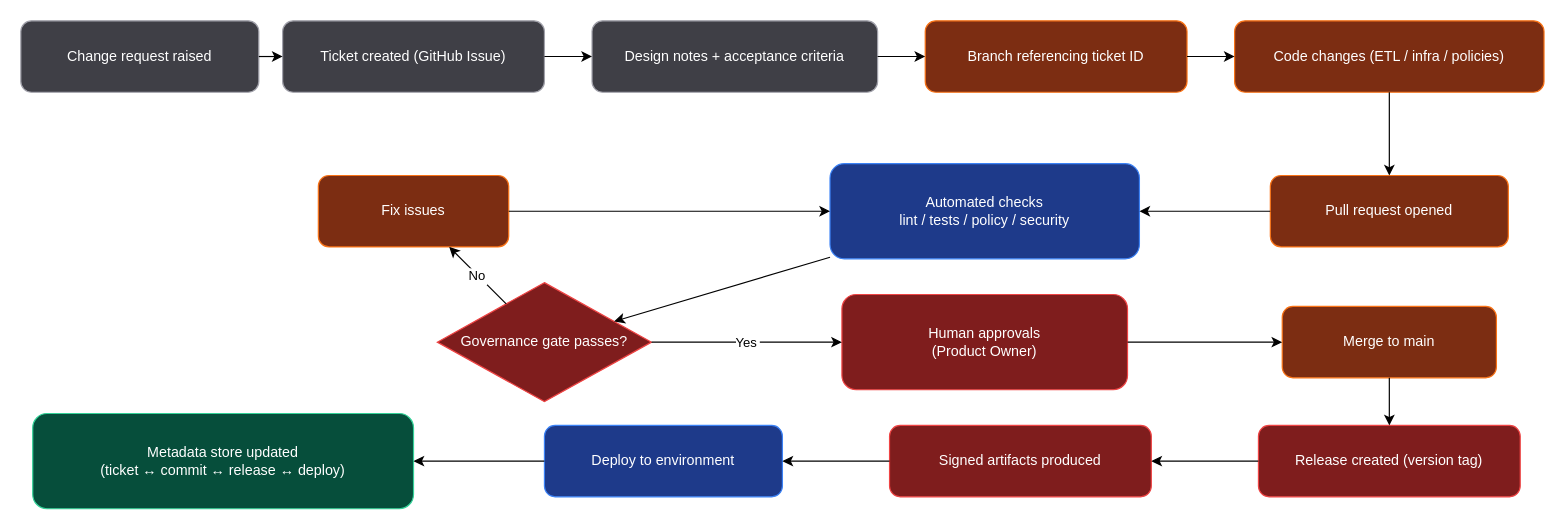
Above: diagrams/proposed_pipeline/process_maps/change_management.drawio in SilverPeak2299/Thesis (draw.io), before the change. Source tidied: cells renumbered, new cells numbered last; positions are measured from the earlier drawing's top-left corner, leaving out a move shared by most shapes. Both pictures are drawn from the tidied source at 119%, with x=0, y=0 at pixel (20, 20).
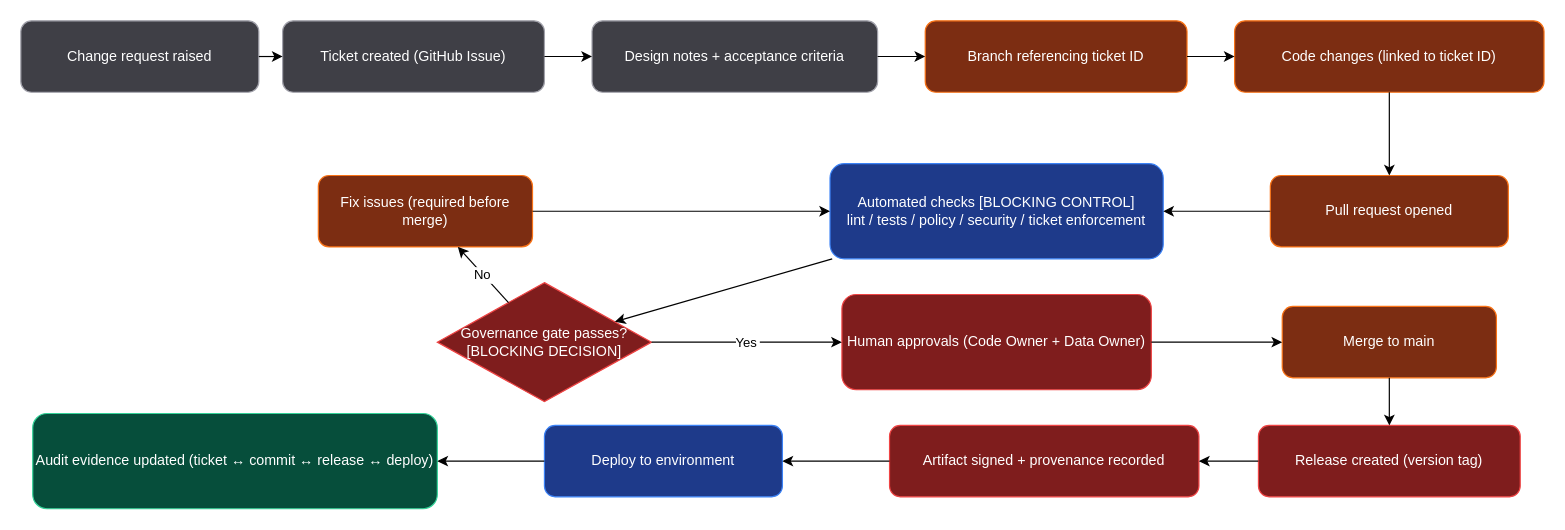
The same page after the edit.

The edit, as a diff of the source:
```diff
@@
-    <mxCell id="6" value="Code changes (ETL / infra / policies)" style="rounded=1;whiteSpace=wrap;html=1;fillColor=#7c2d12;strokeColor=#f97316;fontColor=#ffffff;" parent="1" vertex="1">
+    <mxCell id="6" value="Code changes (linked to ticket ID)" style="rounded=1;whiteSpace=wrap;html=1;fillColor=#7c2d12;strokeColor=#f97316;fontColor=#ffffff;" parent="1" vertex="1">
       <mxGeometry x="1020" width="260" height="60" as="geometry" />
     </mxCell>
@@
-    <mxCell id="8" value="Automated checks&#10;lint / tests / policy / security" style="rounded=1;whiteSpace=wrap;html=1;fillColor=#1e3a8a;strokeColor=#3b82f6;fontColor=#ffffff;" parent="1" vertex="1">
-      <mxGeometry x="680" y="120" width="260" height="80" as="geometry" />
+    <mxCell id="8" value="Automated checks [BLOCKING CONTROL]&#10;lint / tests / policy / security / ticket enforcement" style="rounded=1;whiteSpace=wrap;html=1;fillColor=#1e3a8a;strokeColor=#3b82f6;fontColor=#ffffff;" parent="1" vertex="1">
+      <mxGeometry x="680" y="120" width="280" height="80" as="geometry" />
     </mxCell>
-    <mxCell id="9" value="Governance gate passes?" style="rhombus;whiteSpace=wrap;html=1;fillColor=#7f1d1d;strokeColor=#ef4444;fontColor=#ffffff;" parent="1" vertex="1">
+    <mxCell id="9" value="Governance gate passes? [BLOCKING DECISION]" style="rhombus;whiteSpace=wrap;html=1;fillColor=#7f1d1d;strokeColor=#ef4444;fontColor=#ffffff;" parent="1" vertex="1">
       <mxGeometry x="350" y="220" width="180" height="100" as="geometry" />
     </mxCell>
-    <mxCell id="10" value="Fix issues" style="rounded=1;whiteSpace=wrap;html=1;fillColor=#7c2d12;strokeColor=#f97316;fontColor=#ffffff;" parent="1" vertex="1">
-      <mxGeometry x="250" y="130" width="160" height="60" as="geometry" />
+    <mxCell id="10" value="Fix issues (required before merge)" style="rounded=1;whiteSpace=wrap;html=1;fillColor=#7c2d12;strokeColor=#f97316;fontColor=#ffffff;" parent="1" vertex="1">
+      <mxGeometry x="250" y="130" width="180" height="60" as="geometry" />
     </mxCell>
-    <mxCell id="11" value="Human approvals&lt;br&gt;(Product Owner)" style="rounded=1;whiteSpace=wrap;html=1;fillColor=#7f1d1d;strokeColor=#ef4444;fontColor=#ffffff;" parent="1" vertex="1">
-      <mxGeometry x="690" y="230" width="240" height="80" as="geometry" />
+    <mxCell id="11" value="Human approvals (Code Owner + Data Owner)" style="rounded=1;whiteSpace=wrap;html=1;fillColor=#7f1d1d;strokeColor=#ef4444;fontColor=#ffffff;" parent="1" vertex="1">
+      <mxGeometry x="690" y="230" width="260" height="80" as="geometry" />
     </mxCell>
@@
-    <mxCell id="14" value="Signed artifacts produced" style="rounded=1;whiteSpace=wrap;html=1;fillColor=#7f1d1d;strokeColor=#ef4444;fontColor=#ffffff;" parent="1" vertex="1">
-      <mxGeometry x="730" y="340" width="220" height="60" as="geometry" />
+    <mxCell id="14" value="Artifact signed + provenance recorded" style="rounded=1;whiteSpace=wrap;html=1;fillColor=#7f1d1d;strokeColor=#ef4444;fontColor=#ffffff;" parent="1" vertex="1">
+      <mxGeometry x="730" y="340" width="260" height="60" as="geometry" />
     </mxCell>
@@
-    <mxCell id="16" value="Metadata store updated&#10;(ticket ↔ commit ↔ release ↔ deploy)" style="rounded=1;whiteSpace=wrap;html=1;fillColor=#064e3b;strokeColor=#34d399;fontColor=#ffffff;" parent="1" vertex="1">
-      <mxGeometry x="10" y="330" width="320" height="80" as="geometry" />
+    <mxCell id="16" value="Audit evidence updated (ticket ↔ commit ↔ release ↔ deploy)" style="rounded=1;whiteSpace=wrap;html=1;fillColor=#064e3b;strokeColor=#34d399;fontColor=#ffffff;" parent="1" vertex="1">
+      <mxGeometry x="10" y="330" width="340" height="80" as="geometry" />
     </mxCell>
```
